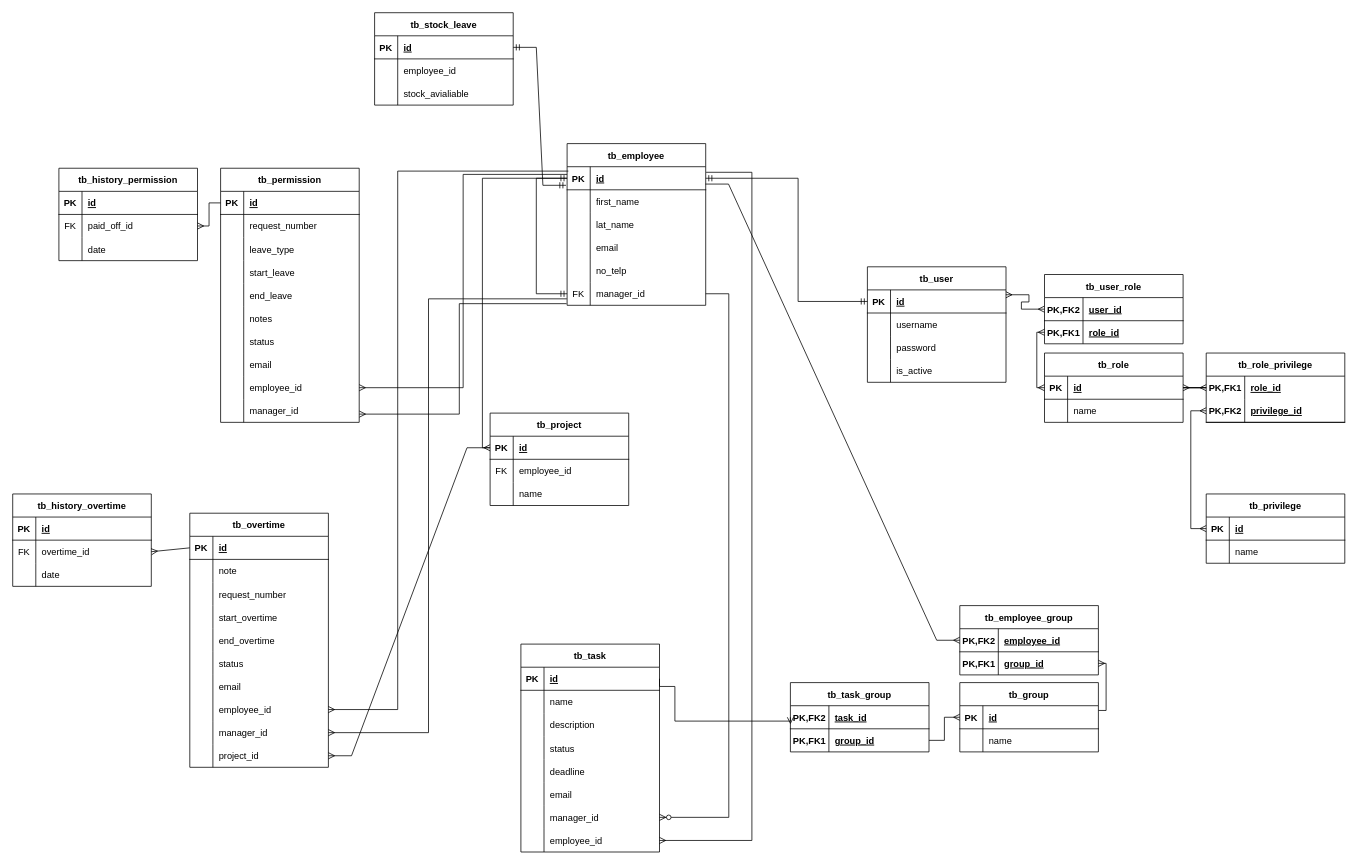
The draw.io diagram Final.drawio in zarmintaa/Skripsi, before the edit. Source tidied: cells renumbered, new cells numbered last; positions are measured from the earlier drawing's top-left corner, leaving out a move shared by most shapes. Both pictures are drawn from the tidied source at 77%, with x=0, y=0 at pixel (12, 12).
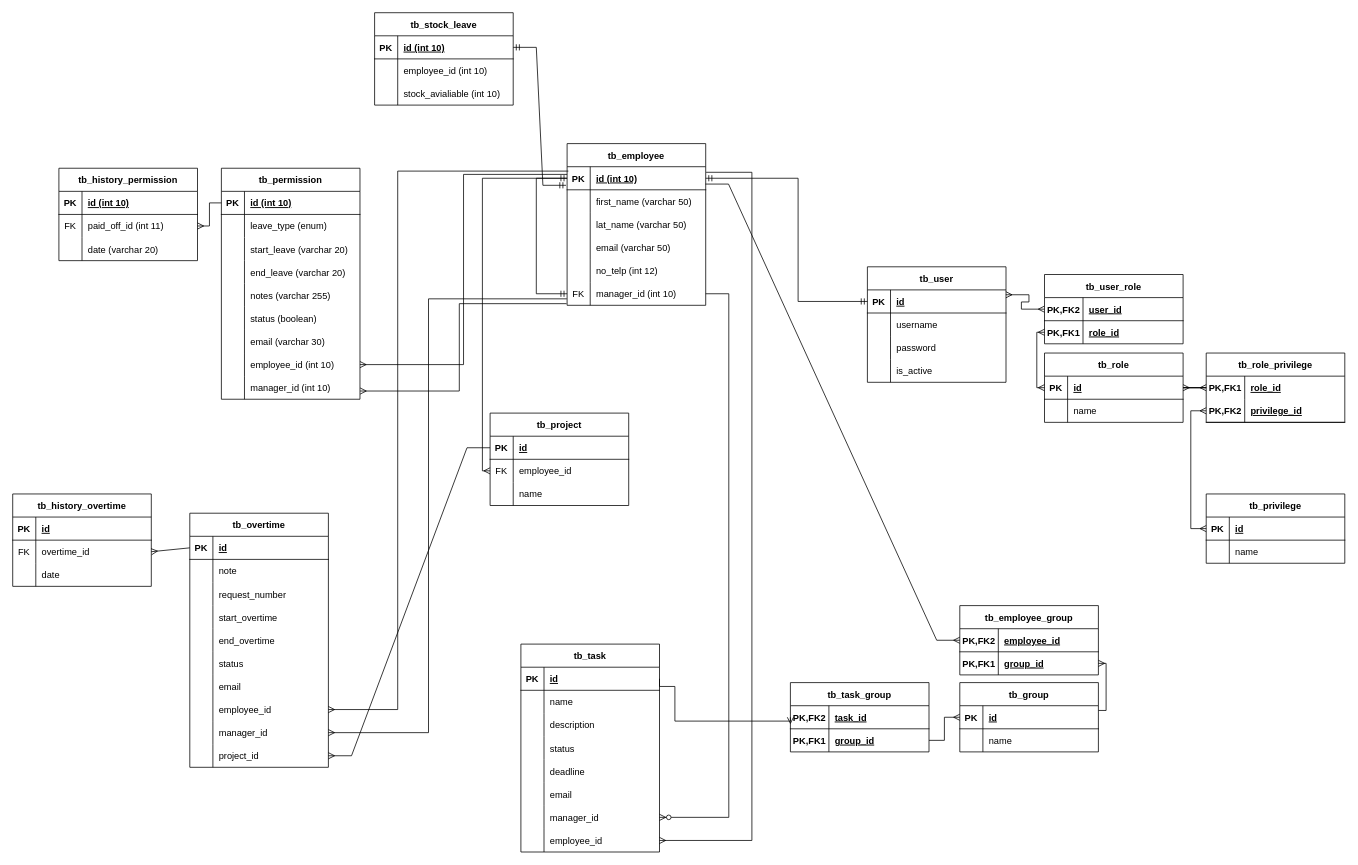
The same diagram, later.

Unchanged cells that the change refers to:
```xml
<mxCell id="30" style="shape=tableRow;horizontal=0;startSize=0;swimlaneHead=0;swimlaneBody=0;fillColor=none;points=[[0,0.5],[1,0.5]];portConstraint=eastwest;top=0;left=0;right=0;bottom=1;" parent="29" vertex="1">
  <mxGeometry y="30" width="180" height="30" as="geometry" />
</mxCell>
<mxCell id="33" style="shape=tableRow;horizontal=0;startSize=0;swimlaneHead=0;swimlaneBody=0;fillColor=none;top=0;left=0;right=0;bottom=0;" parent="29" vertex="1">
  <mxGeometry y="60" width="180" height="30" as="geometry" />
</mxCell>
<mxCell id="36" style="shape=tableRow;horizontal=0;startSize=0;swimlaneHead=0;swimlaneBody=0;fillColor=none;top=0;left=0;right=0;bottom=0;" parent="29" vertex="1">
  <mxGeometry y="90" width="180" height="30" as="geometry" />
</mxCell>
<mxCell id="39" style="shape=tableRow;horizontal=0;startSize=0;swimlaneHead=0;swimlaneBody=0;fillColor=none;top=0;left=0;right=0;bottom=0;" parent="29" vertex="1">
  <mxGeometry y="120" width="180" height="30" as="geometry" />
</mxCell>
<mxCell id="42" style="shape=tableRow;horizontal=0;startSize=0;swimlaneHead=0;swimlaneBody=0;fillColor=none;top=0;left=0;right=0;bottom=0;" parent="29" vertex="1">
  <mxGeometry y="150" width="180" height="30" as="geometry" />
</mxCell>
<mxCell id="45" style="shape=tableRow;horizontal=0;startSize=0;swimlaneHead=0;swimlaneBody=0;fillColor=none;points=[[0,0.5],[1,0.5]];portConstraint=eastwest;top=0;left=0;right=0;bottom=0;" parent="29" vertex="1">
  <mxGeometry y="180" width="180" height="30" as="geometry" />
</mxCell>
<mxCell id="57" style="shape=tableRow;horizontal=0;startSize=0;swimlaneHead=0;swimlaneBody=0;fillColor=none;points=[[0,0.5],[1,0.5]];portConstraint=eastwest;top=0;left=0;right=0;bottom=1;" parent="56" vertex="1">
  <mxGeometry y="30" width="180" height="30" as="geometry" />
</mxCell>
<mxCell id="89" style="shape=tableRow;horizontal=0;startSize=0;swimlaneHead=0;swimlaneBody=0;fillColor=none;top=0;left=0;right=0;bottom=1;" parent="88" vertex="1">
  <mxGeometry y="30" width="180" height="30" as="geometry" />
</mxCell>
<mxCell id="92" style="shape=tableRow;horizontal=0;startSize=0;swimlaneHead=0;swimlaneBody=0;fillColor=none;points=[[0,0.5],[1,0.5]];portConstraint=eastwest;top=0;left=0;right=0;bottom=0;" parent="88" vertex="1">
  <mxGeometry y="60" width="180" height="30" as="geometry" />
</mxCell>
<mxCell id="95" style="shape=tableRow;horizontal=0;startSize=0;swimlaneHead=0;swimlaneBody=0;fillColor=none;top=0;left=0;right=0;bottom=0;" parent="88" vertex="1">
  <mxGeometry y="90" width="180" height="30" as="geometry" />
</mxCell>
<mxCell id="208" style="shape=tableRow;horizontal=0;startSize=0;swimlaneHead=0;swimlaneBody=0;fillColor=none;points=[[0,0.5],[1,0.5]];portConstraint=eastwest;top=0;left=0;right=0;bottom=1;" parent="207" vertex="1">
  <mxGeometry y="30" width="180" height="30" as="geometry" />
</mxCell>
<mxCell id="211" style="shape=tableRow;horizontal=0;startSize=0;swimlaneHead=0;swimlaneBody=0;fillColor=none;top=0;left=0;right=0;bottom=0;" parent="207" vertex="1">
  <mxGeometry y="60" width="180" height="30" as="geometry" />
</mxCell>
<mxCell id="214" style="shape=tableRow;horizontal=0;startSize=0;swimlaneHead=0;swimlaneBody=0;fillColor=none;top=0;left=0;right=0;bottom=0;" parent="207" vertex="1">
  <mxGeometry y="90" width="180" height="30" as="geometry" />
</mxCell>
<mxCell id="220" style="shape=tableRow;horizontal=0;startSize=0;swimlaneHead=0;swimlaneBody=0;fillColor=none;points=[[0,0.5],[1,0.5]];portConstraint=eastwest;top=0;left=0;right=0;bottom=1;" parent="219" vertex="1">
  <mxGeometry y="30" width="180" height="30" as="geometry" />
</mxCell>
<mxCell id="223" style="shape=tableRow;horizontal=0;startSize=0;swimlaneHead=0;swimlaneBody=0;fillColor=none;points=[[0,0.5],[1,0.5]];portConstraint=eastwest;top=0;left=0;right=0;bottom=0;" parent="219" vertex="1">
  <mxGeometry y="60" width="180" height="30" as="geometry" />
</mxCell>
```

Change to the diagram source:
```diff
@@
-    <mxCell id="32" value="id" style="shape=partialRectangle;fillColor=none;top=0;left=0;bottom=0;right=0;align=left;spacingLeft=6;fontStyle=5;overflow=hidden;" parent="30" vertex="1">
+    <mxCell id="32" value="id (int 10)" style="shape=partialRectangle;fillColor=none;top=0;left=0;bottom=0;right=0;align=left;spacingLeft=6;fontStyle=5;overflow=hidden;" parent="30" vertex="1">
       <mxGeometry x="30" width="150" height="30" as="geometry" />
     </mxCell>
@@
-    <mxCell id="35" value="first_name" style="shape=partialRectangle;fillColor=none;top=0;left=0;bottom=0;right=0;align=left;spacingLeft=6;overflow=hidden;" parent="33" vertex="1">
+    <mxCell id="35" value="first_name (varchar 50)" style="shape=partialRectangle;fillColor=none;top=0;left=0;bottom=0;right=0;align=left;spacingLeft=6;overflow=hidden;" parent="33" vertex="1">
       <mxGeometry x="30" width="150" height="30" as="geometry" />
     </mxCell>
@@
-    <mxCell id="38" value="lat_name" style="shape=partialRectangle;fillColor=none;top=0;left=0;bottom=0;right=0;align=left;spacingLeft=6;overflow=hidden;" parent="36" vertex="1">
+    <mxCell id="38" value="lat_name (varchar 50)" style="shape=partialRectangle;fillColor=none;top=0;left=0;bottom=0;right=0;align=left;spacingLeft=6;overflow=hidden;" parent="36" vertex="1">
       <mxGeometry x="30" width="150" height="30" as="geometry" />
     </mxCell>
@@
-    <mxCell id="41" value="email" style="shape=partialRectangle;fillColor=none;top=0;left=0;bottom=0;right=0;align=left;spacingLeft=6;overflow=hidden;" parent="39" vertex="1">
+    <mxCell id="41" value="email (varchar 50)" style="shape=partialRectangle;fillColor=none;top=0;left=0;bottom=0;right=0;align=left;spacingLeft=6;overflow=hidden;" parent="39" vertex="1">
       <mxGeometry x="30" width="150" height="30" as="geometry" />
     </mxCell>
@@
-    <mxCell id="44" value="no_telp" style="shape=partialRectangle;fillColor=none;top=0;left=0;bottom=0;right=0;align=left;spacingLeft=6;overflow=hidden;" parent="42" vertex="1">
+    <mxCell id="44" value="no_telp (int 12)" style="shape=partialRectangle;fillColor=none;top=0;left=0;bottom=0;right=0;align=left;spacingLeft=6;overflow=hidden;" parent="42" vertex="1">
       <mxGeometry x="30" width="150" height="30" as="geometry" />
     </mxCell>
@@
-    <mxCell id="47" value="manager_id" style="shape=partialRectangle;fillColor=none;top=0;left=0;bottom=0;right=0;align=left;spacingLeft=6;overflow=hidden;" parent="45" vertex="1">
+    <mxCell id="47" value="manager_id (int 10)" style="shape=partialRectangle;fillColor=none;top=0;left=0;bottom=0;right=0;align=left;spacingLeft=6;overflow=hidden;" parent="45" vertex="1">
       <mxGeometry x="30" width="150" height="30" as="geometry" />
     </mxCell>
@@
     <mxCell id="56" value="tb_permission" style="shape=table;startSize=30;childLayout=tableLayout;rowLines=0;fontStyle=1;align=center;" parent="1" vertex="1">
-      <mxGeometry x="270" y="202" width="180" height="330" as="geometry" />
+      <mxGeometry x="271" y="202" width="180" height="300" as="geometry" />
     </mxCell>
@@
-    <mxCell id="59" value="id" style="shape=partialRectangle;fillColor=none;top=0;left=0;bottom=0;right=0;align=left;spacingLeft=6;fontStyle=5;overflow=hidden;" parent="57" vertex="1">
+    <mxCell id="59" value="id (int 10)" style="shape=partialRectangle;fillColor=none;top=0;left=0;bottom=0;right=0;align=left;spacingLeft=6;fontStyle=5;overflow=hidden;" parent="57" vertex="1">
       <mxGeometry x="30" width="150" height="30" as="geometry" />
     </mxCell>
-    <mxCell id="60" style="shape=tableRow;horizontal=0;startSize=0;swimlaneHead=0;swimlaneBody=0;fillColor=none;top=0;left=0;right=0;bottom=0;" parent="56" vertex="1">
-      <mxGeometry y="60" width="180" height="30" as="geometry" />
-    </mxCell>
-    <mxCell id="61" style="shape=partialRectangle;fillColor=none;top=0;left=0;bottom=0;right=0;overflow=hidden;" parent="60" vertex="1">
-      <mxGeometry width="30" height="30" as="geometry" />
-    </mxCell>
-    <mxCell id="62" value="request_number" style="shape=partialRectangle;fillColor=none;top=0;left=0;bottom=0;right=0;align=left;spacingLeft=6;overflow=hidden;" parent="60" vertex="1">
-      <mxGeometry x="30" width="150" height="30" as="geometry" />
-    </mxCell>
     <mxCell id="63" style="shape=tableRow;horizontal=0;startSize=0;swimlaneHead=0;swimlaneBody=0;fillColor=none;top=0;left=0;right=0;bottom=0;" parent="56" vertex="1">
-      <mxGeometry y="90" width="180" height="30" as="geometry" />
+      <mxGeometry y="60" width="180" height="30" as="geometry" />
     </mxCell>
@@
-    <mxCell id="65" value="leave_type" style="shape=partialRectangle;fillColor=none;top=0;left=0;bottom=0;right=0;align=left;spacingLeft=6;overflow=hidden;" parent="63" vertex="1">
+    <mxCell id="65" value="leave_type (enum)" style="shape=partialRectangle;fillColor=none;top=0;left=0;bottom=0;right=0;align=left;spacingLeft=6;overflow=hidden;" parent="63" vertex="1">
       <mxGeometry x="30" width="150" height="30" as="geometry" />
     </mxCell>
     <mxCell id="66" style="shape=tableRow;horizontal=0;startSize=0;swimlaneHead=0;swimlaneBody=0;fillColor=none;top=0;left=0;right=0;bottom=0;" parent="56" vertex="1">
-      <mxGeometry y="120" width="180" height="30" as="geometry" />
+      <mxGeometry y="90" width="180" height="30" as="geometry" />
     </mxCell>
@@
-    <mxCell id="68" value="start_leave" style="shape=partialRectangle;fillColor=none;top=0;left=0;bottom=0;right=0;align=left;spacingLeft=6;overflow=hidden;" parent="66" vertex="1">
+    <mxCell id="68" value="start_leave (varchar 20)" style="shape=partialRectangle;fillColor=none;top=0;left=0;bottom=0;right=0;align=left;spacingLeft=6;overflow=hidden;" parent="66" vertex="1">
       <mxGeometry x="30" width="150" height="30" as="geometry" />
     </mxCell>
     <mxCell id="69" style="shape=tableRow;horizontal=0;startSize=0;swimlaneHead=0;swimlaneBody=0;fillColor=none;top=0;left=0;right=0;bottom=0;" parent="56" vertex="1">
-      <mxGeometry y="150" width="180" height="30" as="geometry" />
+      <mxGeometry y="120" width="180" height="30" as="geometry" />
     </mxCell>
@@
-    <mxCell id="71" value="end_leave" style="shape=partialRectangle;fillColor=none;top=0;left=0;bottom=0;right=0;align=left;spacingLeft=6;overflow=hidden;" parent="69" vertex="1">
+    <mxCell id="71" value="end_leave (varchar 20)" style="shape=partialRectangle;fillColor=none;top=0;left=0;bottom=0;right=0;align=left;spacingLeft=6;overflow=hidden;" parent="69" vertex="1">
       <mxGeometry x="30" width="150" height="30" as="geometry" />
     </mxCell>
     <mxCell id="72" style="shape=tableRow;horizontal=0;startSize=0;swimlaneHead=0;swimlaneBody=0;fillColor=none;top=0;left=0;right=0;bottom=0;" parent="56" vertex="1">
-      <mxGeometry y="180" width="180" height="30" as="geometry" />
+      <mxGeometry y="150" width="180" height="30" as="geometry" />
     </mxCell>
@@
-    <mxCell id="74" value="notes" style="shape=partialRectangle;fillColor=none;top=0;left=0;bottom=0;right=0;align=left;spacingLeft=6;overflow=hidden;" parent="72" vertex="1">
+    <mxCell id="74" value="notes (varchar 255)" style="shape=partialRectangle;fillColor=none;top=0;left=0;bottom=0;right=0;align=left;spacingLeft=6;overflow=hidden;" parent="72" vertex="1">
       <mxGeometry x="30" width="150" height="30" as="geometry" />
     </mxCell>
     <mxCell id="75" style="shape=tableRow;horizontal=0;startSize=0;swimlaneHead=0;swimlaneBody=0;fillColor=none;top=0;left=0;right=0;bottom=0;" parent="56" vertex="1">
-      <mxGeometry y="210" width="180" height="30" as="geometry" />
+      <mxGeometry y="180" width="180" height="30" as="geometry" />
     </mxCell>
@@
-    <mxCell id="77" value="status" style="shape=partialRectangle;fillColor=none;top=0;left=0;bottom=0;right=0;align=left;spacingLeft=6;overflow=hidden;" parent="75" vertex="1">
+    <mxCell id="77" value="status (boolean)" style="shape=partialRectangle;fillColor=none;top=0;left=0;bottom=0;right=0;align=left;spacingLeft=6;overflow=hidden;" parent="75" vertex="1">
       <mxGeometry x="30" width="150" height="30" as="geometry" />
     </mxCell>
     <mxCell id="78" style="shape=tableRow;horizontal=0;startSize=0;swimlaneHead=0;swimlaneBody=0;fillColor=none;top=0;left=0;right=0;bottom=0;" parent="56" vertex="1">
-      <mxGeometry y="240" width="180" height="30" as="geometry" />
+      <mxGeometry y="210" width="180" height="30" as="geometry" />
     </mxCell>
@@
-    <mxCell id="80" value="email" style="shape=partialRectangle;fillColor=none;top=0;left=0;bottom=0;right=0;align=left;spacingLeft=6;overflow=hidden;" parent="78" vertex="1">
+    <mxCell id="80" value="email (varchar 30)" style="shape=partialRectangle;fillColor=none;top=0;left=0;bottom=0;right=0;align=left;spacingLeft=6;overflow=hidden;" parent="78" vertex="1">
       <mxGeometry x="30" width="150" height="30" as="geometry" />
     </mxCell>
     <mxCell id="81" style="shape=tableRow;horizontal=0;startSize=0;swimlaneHead=0;swimlaneBody=0;fillColor=none;points=[[0,0.5],[1,0.5]];portConstraint=eastwest;top=0;left=0;right=0;bottom=0;" parent="56" vertex="1">
-      <mxGeometry y="270" width="180" height="30" as="geometry" />
+      <mxGeometry y="240" width="180" height="30" as="geometry" />
     </mxCell>
@@
-    <mxCell id="83" value="employee_id" style="shape=partialRectangle;fillColor=none;top=0;left=0;bottom=0;right=0;align=left;spacingLeft=6;overflow=hidden;" parent="81" vertex="1">
+    <mxCell id="83" value="employee_id (int 10)" style="shape=partialRectangle;fillColor=none;top=0;left=0;bottom=0;right=0;align=left;spacingLeft=6;overflow=hidden;" parent="81" vertex="1">
       <mxGeometry x="30" width="150" height="30" as="geometry" />
     </mxCell>
     <mxCell id="84" style="shape=tableRow;horizontal=0;startSize=0;swimlaneHead=0;swimlaneBody=0;fillColor=none;points=[[0,0.5],[1,0.5]];portConstraint=eastwest;top=0;left=0;right=0;bottom=0;" parent="56" vertex="1">
-      <mxGeometry y="300" width="180" height="30" as="geometry" />
+      <mxGeometry y="270" width="180" height="30" as="geometry" />
     </mxCell>
@@
-    <mxCell id="86" value="manager_id" style="shape=partialRectangle;fillColor=none;top=0;left=0;bottom=0;right=0;align=left;spacingLeft=6;overflow=hidden;" parent="84" vertex="1">
+    <mxCell id="86" value="manager_id (int 10)" style="shape=partialRectangle;fillColor=none;top=0;left=0;bottom=0;right=0;align=left;spacingLeft=6;overflow=hidden;" parent="84" vertex="1">
       <mxGeometry x="30" width="150" height="30" as="geometry" />
     </mxCell>
@@
-    <mxCell id="91" value="id" style="shape=partialRectangle;fillColor=none;top=0;left=0;bottom=0;right=0;align=left;spacingLeft=6;fontStyle=5;overflow=hidden;" parent="89" vertex="1">
+    <mxCell id="91" value="id (int 10)" style="shape=partialRectangle;fillColor=none;top=0;left=0;bottom=0;right=0;align=left;spacingLeft=6;fontStyle=5;overflow=hidden;" parent="89" vertex="1">
       <mxGeometry x="30" width="150" height="30" as="geometry" />
     </mxCell>
@@
-    <mxCell id="94" value="paid_off_id" style="shape=partialRectangle;fillColor=none;top=0;left=0;bottom=0;right=0;align=left;spacingLeft=6;overflow=hidden;" parent="92" vertex="1">
+    <mxCell id="94" value="paid_off_id (int 11)" style="shape=partialRectangle;fillColor=none;top=0;left=0;bottom=0;right=0;align=left;spacingLeft=6;overflow=hidden;" parent="92" vertex="1">
       <mxGeometry x="30" width="150" height="30" as="geometry" />
     </mxCell>
@@
-    <mxCell id="97" value="date" style="shape=partialRectangle;fillColor=none;top=0;left=0;bottom=0;right=0;align=left;spacingLeft=6;overflow=hidden;" parent="95" vertex="1">
+    <mxCell id="97" value="date (varchar 20)" style="shape=partialRectangle;fillColor=none;top=0;left=0;bottom=0;right=0;align=left;spacingLeft=6;overflow=hidden;" parent="95" vertex="1">
       <mxGeometry x="30" width="150" height="30" as="geometry" />
     </mxCell>
@@
-    <mxCell id="210" value="id" style="shape=partialRectangle;fillColor=none;top=0;left=0;bottom=0;right=0;align=left;spacingLeft=6;fontStyle=5;overflow=hidden;" parent="208" vertex="1">
+    <mxCell id="210" value="id (int 10)" style="shape=partialRectangle;fillColor=none;top=0;left=0;bottom=0;right=0;align=left;spacingLeft=6;fontStyle=5;overflow=hidden;" parent="208" vertex="1">
       <mxGeometry x="30" width="150" height="30" as="geometry" />
     </mxCell>
@@
-    <mxCell id="213" value="employee_id" style="shape=partialRectangle;fillColor=none;top=0;left=0;bottom=0;right=0;align=left;spacingLeft=6;overflow=hidden;" parent="211" vertex="1">
+    <mxCell id="213" value="employee_id (int 10)" style="shape=partialRectangle;fillColor=none;top=0;left=0;bottom=0;right=0;align=left;spacingLeft=6;overflow=hidden;" parent="211" vertex="1">
       <mxGeometry x="30" width="150" height="30" as="geometry" />
     </mxCell>
@@
-    <mxCell id="216" value="stock_avialiable" style="shape=partialRectangle;fillColor=none;top=0;left=0;bottom=0;right=0;align=left;spacingLeft=6;overflow=hidden;" parent="214" vertex="1">
+    <mxCell id="216" value="stock_avialiable (int 10)" style="shape=partialRectangle;fillColor=none;top=0;left=0;bottom=0;right=0;align=left;spacingLeft=6;overflow=hidden;" parent="214" vertex="1">
       <mxGeometry x="30" width="150" height="30" as="geometry" />
     </mxCell>
@@
-    <mxCell id="229" style="edgeStyle=orthogonalEdgeStyle;fontSize=12;html=1;endArrow=ERmany;rounded=0;exitX=0;exitY=0.5;exitDx=0;exitDy=0;entryX=0;entryY=0.5;entryDx=0;entryDy=0;" parent="1" edge="1" source="30" target="220">
+    <mxCell id="229" style="edgeStyle=orthogonalEdgeStyle;fontSize=12;html=1;endArrow=ERmany;rounded=0;exitX=0;exitY=0.5;exitDx=0;exitDy=0;entryX=0;entryY=0.5;entryDx=0;entryDy=0;" parent="1" edge="1" source="30" target="223">
       <mxGeometry relative="1" as="geometry" />
     </mxCell>
```
